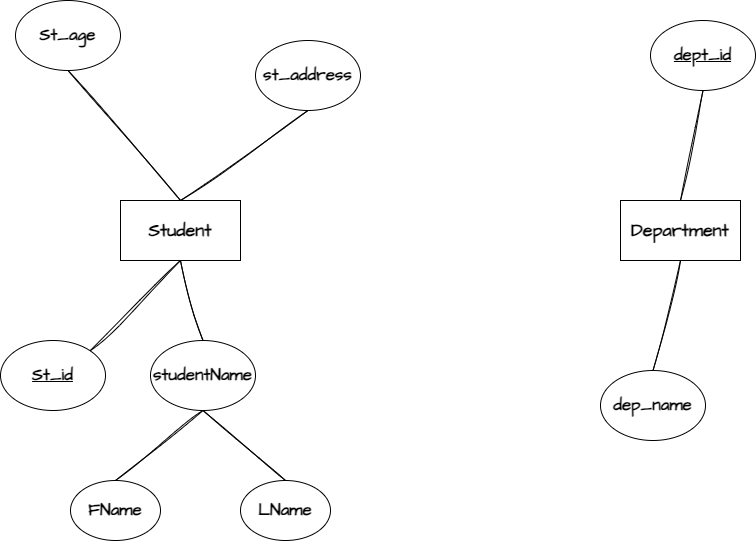
Above: ERDs/Erd1.png in you22ef/ERDs (draw.io), before the change. Source tidied: cells renumbered, new cells last; positions are measured from the earlier drawing's top-left corner, leaving out a move shared by most shapes.
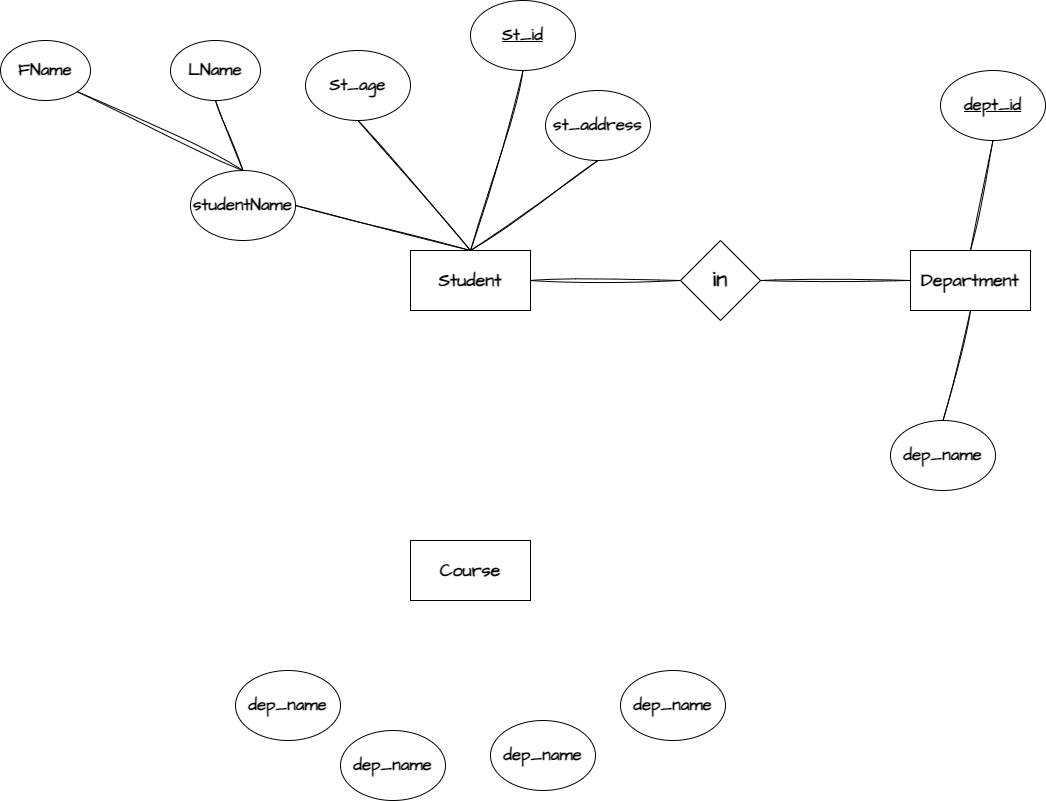
The same file after the commit.

What changed in the source:
```diff
@@ -9,27 +9,27 @@
       <mxGeometry x="620" y="200" width="120" height="60" as="geometry" />
     </mxCell>
     <mxCell id="4" value="&lt;font face=&quot;Architects Daughter&quot; style=&quot;font-size: 17px;&quot;&gt;&lt;b&gt;&lt;u&gt;St_id&lt;/u&gt;&lt;/b&gt;&lt;/font&gt;" style="ellipse;whiteSpace=wrap;html=1;" parent="1" vertex="1">
-      <mxGeometry y="340" width="105" height="70" as="geometry" />
+      <mxGeometry x="180" y="-50" width="105" height="70" as="geometry" />
     </mxCell>
-    <mxCell id="5" style="endArrow=none;html=1;rounded=0;entryX=0.5;entryY=1;entryDx=0;entryDy=0;exitX=1;exitY=0;exitDx=0;exitDy=0;sketch=1;curveFitting=1;jiggle=2;" parent="1" edge="1" source="4" target="2">
+    <mxCell id="5" style="endArrow=none;html=1;rounded=0;exitX=0.5;exitY=1;exitDx=0;exitDy=0;sketch=1;curveFitting=1;jiggle=2;entryX=0.5;entryY=0;entryDx=0;entryDy=0;" parent="1" edge="1" source="4" target="2">
       <mxGeometry relative="1" as="geometry" />
     </mxCell>
     <mxCell id="6" value="&lt;span id=&quot;docs-internal-guid-c1091824-7fff-c988-b4a2-2d547d7a1708&quot;&gt;&lt;span style=&quot;background-color: transparent; font-variant-numeric: normal; font-variant-east-asian: normal; font-variant-alternates: normal; font-variant-position: normal; vertical-align: baseline; white-space-collapse: preserve;&quot;&gt;&lt;font style=&quot;font-size: 17px;&quot; face=&quot;Architects Daughter&quot;&gt;&lt;b&gt;studentName&lt;/b&gt;&lt;/font&gt;&lt;/span&gt;&lt;/span&gt;" style="ellipse;whiteSpace=wrap;html=1;" parent="1" vertex="1">
-      <mxGeometry x="150" y="340" width="105" height="70" as="geometry" />
+      <mxGeometry x="-100" y="120" width="105" height="70" as="geometry" />
     </mxCell>
-    <mxCell id="7" style="endArrow=none;html=1;rounded=0;exitX=0.5;exitY=0;exitDx=0;exitDy=0;entryX=0.5;entryY=1;entryDx=0;entryDy=0;sketch=1;curveFitting=1;jiggle=2;" parent="1" edge="1" source="6" target="2">
+    <mxCell id="7" style="endArrow=none;html=1;rounded=0;entryX=0.5;entryY=0;entryDx=0;entryDy=0;sketch=1;curveFitting=1;jiggle=2;exitX=1;exitY=0.5;exitDx=0;exitDy=0;" parent="1" edge="1" source="6" target="2">
       <mxGeometry relative="1" as="geometry" />
     </mxCell>
     <mxCell id="8" value="&lt;span id=&quot;docs-internal-guid-c1091824-7fff-c988-b4a2-2d547d7a1708&quot;&gt;&lt;span style=&quot;background-color: transparent; font-variant-numeric: normal; font-variant-east-asian: normal; font-variant-alternates: normal; font-variant-position: normal; vertical-align: baseline; white-space-collapse: preserve;&quot;&gt;&lt;font style=&quot;font-size: 17px;&quot; face=&quot;Architects Daughter&quot;&gt;&lt;b&gt;FName&lt;/b&gt;&lt;/font&gt;&lt;/span&gt;&lt;/span&gt;" style="ellipse;whiteSpace=wrap;html=1;" parent="1" vertex="1">
-      <mxGeometry x="70" y="480" width="90" height="60" as="geometry" />
+      <mxGeometry x="-290" y="-10" width="90" height="60" as="geometry" />
     </mxCell>
     <mxCell id="9" value="&lt;span id=&quot;docs-internal-guid-c1091824-7fff-c988-b4a2-2d547d7a1708&quot;&gt;&lt;span style=&quot;background-color: transparent; font-variant-numeric: normal; font-variant-east-asian: normal; font-variant-alternates: normal; font-variant-position: normal; vertical-align: baseline; white-space-collapse: preserve;&quot;&gt;&lt;font style=&quot;font-size: 17px;&quot; face=&quot;Architects Daughter&quot;&gt;&lt;b&gt;LName&lt;/b&gt;&lt;/font&gt;&lt;/span&gt;&lt;/span&gt;" style="ellipse;whiteSpace=wrap;html=1;" parent="1" vertex="1">
-      <mxGeometry x="240" y="480" width="90" height="60" as="geometry" />
+      <mxGeometry x="-120" y="-10" width="90" height="60" as="geometry" />
     </mxCell>
-    <mxCell id="10" style="endArrow=none;html=1;rounded=0;entryX=0.5;entryY=1;entryDx=0;entryDy=0;exitX=0.5;exitY=0;exitDx=0;exitDy=0;sketch=1;curveFitting=1;jiggle=2;" parent="1" edge="1" source="9" target="6">
+    <mxCell id="10" style="endArrow=none;html=1;rounded=0;entryX=0.5;entryY=0;entryDx=0;entryDy=0;exitX=0.5;exitY=1;exitDx=0;exitDy=0;sketch=1;curveFitting=1;jiggle=2;" parent="1" edge="1" source="9" target="6">
       <mxGeometry relative="1" as="geometry" />
     </mxCell>
-    <mxCell id="11" style="endArrow=none;html=1;rounded=0;entryX=0.5;entryY=1;entryDx=0;entryDy=0;exitX=0.5;exitY=0;exitDx=0;exitDy=0;sketch=1;curveFitting=1;jiggle=2;" parent="1" edge="1" source="8" target="6">
+    <mxCell id="11" style="endArrow=none;html=1;rounded=0;entryX=0.5;entryY=0;entryDx=0;entryDy=0;exitX=1;exitY=1;exitDx=0;exitDy=0;sketch=1;curveFitting=1;jiggle=2;" parent="1" edge="1" source="8" target="6">
       <mxGeometry relative="1" as="geometry" />
     </mxCell>
     <mxCell id="12" value="&lt;font face=&quot;Architects Daughter&quot; style=&quot;font-size: 17px;&quot;&gt;&lt;b&gt;St_age&lt;/b&gt;&lt;/font&gt;" style="ellipse;whiteSpace=wrap;html=1;" parent="1" vertex="1">
@@ -56,5 +56,29 @@
     <mxCell id="19" style="endArrow=none;html=1;rounded=0;entryX=0.5;entryY=1;entryDx=0;entryDy=0;exitX=0.5;exitY=0;exitDx=0;exitDy=0;sketch=1;curveFitting=1;jiggle=2;" parent="1" edge="1" source="17" target="3">
       <mxGeometry relative="1" as="geometry" />
     </mxCell>
+    <mxCell id="20" value="&lt;font size=&quot;1&quot; face=&quot;Architects Daughter&quot; style=&quot;&quot;&gt;&lt;b style=&quot;font-size: 22px;&quot;&gt;in&lt;/b&gt;&lt;/font&gt;" style="rhombus;whiteSpace=wrap;html=1;" parent="1" vertex="1">
+      <mxGeometry x="390" y="190" width="80" height="80" as="geometry" />
+    </mxCell>
+    <mxCell id="21" style="endArrow=none;html=1;rounded=0;entryX=1;entryY=0.5;entryDx=0;entryDy=0;exitX=0;exitY=0.5;exitDx=0;exitDy=0;sketch=1;curveFitting=1;jiggle=2;" parent="1" edge="1" source="20" target="2">
+      <mxGeometry relative="1" as="geometry" />
+    </mxCell>
+    <mxCell id="22" style="endArrow=none;html=1;rounded=0;entryX=1;entryY=0.5;entryDx=0;entryDy=0;exitX=0;exitY=0.5;exitDx=0;exitDy=0;sketch=1;curveFitting=1;jiggle=2;" parent="1" edge="1" source="3" target="20">
+      <mxGeometry relative="1" as="geometry" />
+    </mxCell>
+    <mxCell id="23" value="&lt;font face=&quot;Architects Daughter&quot; style=&quot;font-size: 18px;&quot;&gt;&lt;b&gt;Course&lt;/b&gt;&lt;/font&gt;" style="rounded=0;whiteSpace=wrap;html=1;" parent="1" vertex="1">
+      <mxGeometry x="120" y="490" width="120" height="60" as="geometry" />
+    </mxCell>
+    <mxCell id="24" value="&lt;span id=&quot;docs-internal-guid-887ece5b-7fff-2531-cd6d-e7d68904abee&quot;&gt;&lt;span style=&quot;background-color: transparent; font-variant-numeric: normal; font-variant-east-asian: normal; font-variant-alternates: normal; font-variant-position: normal; vertical-align: baseline; white-space-collapse: preserve;&quot;&gt;&lt;font face=&quot;Architects Daughter&quot; style=&quot;font-size: 17px;&quot;&gt;&lt;b&gt;dep_name&lt;/b&gt;&lt;/font&gt;&lt;/span&gt;&lt;/span&gt;" style="ellipse;whiteSpace=wrap;html=1;" parent="1" vertex="1">
+      <mxGeometry x="330" y="620" width="105" height="70" as="geometry" />
+    </mxCell>
+    <mxCell id="25" value="&lt;span id=&quot;docs-internal-guid-887ece5b-7fff-2531-cd6d-e7d68904abee&quot;&gt;&lt;span style=&quot;background-color: transparent; font-variant-numeric: normal; font-variant-east-asian: normal; font-variant-alternates: normal; font-variant-position: normal; vertical-align: baseline; white-space-collapse: preserve;&quot;&gt;&lt;font face=&quot;Architects Daughter&quot; style=&quot;font-size: 17px;&quot;&gt;&lt;b&gt;dep_name&lt;/b&gt;&lt;/font&gt;&lt;/span&gt;&lt;/span&gt;" style="ellipse;whiteSpace=wrap;html=1;" parent="1" vertex="1">
+      <mxGeometry x="200" y="670" width="105" height="70" as="geometry" />
+    </mxCell>
+    <mxCell id="26" value="&lt;span id=&quot;docs-internal-guid-887ece5b-7fff-2531-cd6d-e7d68904abee&quot;&gt;&lt;span style=&quot;background-color: transparent; font-variant-numeric: normal; font-variant-east-asian: normal; font-variant-alternates: normal; font-variant-position: normal; vertical-align: baseline; white-space-collapse: preserve;&quot;&gt;&lt;font face=&quot;Architects Daughter&quot; style=&quot;font-size: 17px;&quot;&gt;&lt;b&gt;dep_name&lt;/b&gt;&lt;/font&gt;&lt;/span&gt;&lt;/span&gt;" style="ellipse;whiteSpace=wrap;html=1;" parent="1" vertex="1">
+      <mxGeometry x="50" y="680" width="105" height="70" as="geometry" />
+    </mxCell>
+    <mxCell id="27" value="&lt;span id=&quot;docs-internal-guid-887ece5b-7fff-2531-cd6d-e7d68904abee&quot;&gt;&lt;span style=&quot;background-color: transparent; font-variant-numeric: normal; font-variant-east-asian: normal; font-variant-alternates: normal; font-variant-position: normal; vertical-align: baseline; white-space-collapse: preserve;&quot;&gt;&lt;font face=&quot;Architects Daughter&quot; style=&quot;font-size: 17px;&quot;&gt;&lt;b&gt;dep_name&lt;/b&gt;&lt;/font&gt;&lt;/span&gt;&lt;/span&gt;" style="ellipse;whiteSpace=wrap;html=1;" parent="1" vertex="1">
+      <mxGeometry x="-55" y="620" width="105" height="70" as="geometry" />
+    </mxCell>
   </root>
 </mxGraphModel>
```
